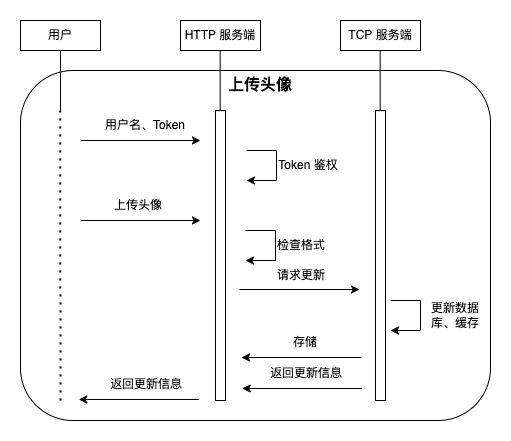
Before: 文档材料/上传头像.drawio.png, a diagram exported from draw.io (DingYuan0118/et_task). Source tidied: cells renumbered, new cells last; positions are measured from the earlier drawing's top-left corner, leaving out a move shared by most shapes.
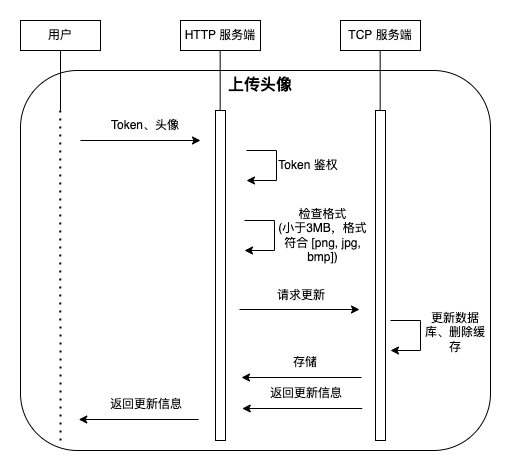
The same diagram one commit later.

Change to the diagram source:
```diff
@@ -3,58 +3,58 @@
     <mxCell id="0" />
     <mxCell id="1" parent="0" />
     <mxCell id="2" style="rounded=1;whiteSpace=wrap;html=1;" parent="1" vertex="1">
-      <mxGeometry y="50" width="470" height="350" as="geometry" />
+      <mxGeometry y="50" width="470" height="380" as="geometry" />
     </mxCell>
     <mxCell id="3" style="edgeStyle=elbowEdgeStyle;elbow=horizontal;endArrow=classic;html=1;rounded=0;strokeWidth=1;" parent="1" edge="1">
       <mxGeometry relative="1" as="geometry">
-        <mxPoint x="370" y="280" as="sourcePoint" />
-        <mxPoint x="370" y="310" as="targetPoint" />
+        <mxPoint x="370" y="300" as="sourcePoint" />
+        <mxPoint x="370" y="330" as="targetPoint" />
         <Array as="points">
-          <mxPoint x="400" y="300" />
+          <mxPoint x="400" y="320" />
         </Array>
       </mxGeometry>
     </mxCell>
-    <mxCell id="4" value="更新数据库、缓存" style="text;html=1;strokeColor=none;fillColor=none;align=center;verticalAlign=middle;whiteSpace=wrap;rounded=0;" parent="1" vertex="1">
-      <mxGeometry x="400" y="280" width="70" height="30" as="geometry" />
+    <mxCell id="4" value="更新数据库、删除缓存" style="text;html=1;strokeColor=none;fillColor=none;align=center;verticalAlign=middle;whiteSpace=wrap;rounded=0;" parent="1" vertex="1">
+      <mxGeometry x="400" y="297" width="70" height="30" as="geometry" />
     </mxCell>
     <mxCell id="5" style="endArrow=classic;html=1;rounded=0;strokeWidth=1;" parent="1" edge="1">
       <mxGeometry relative="1" as="geometry">
-        <mxPoint x="219" y="269" as="sourcePoint" />
-        <mxPoint x="339" y="269" as="targetPoint" />
+        <mxPoint x="219" y="289" as="sourcePoint" />
+        <mxPoint x="339" y="289" as="targetPoint" />
       </mxGeometry>
     </mxCell>
     <mxCell id="6" value="请求更新" style="text;html=1;strokeColor=none;fillColor=none;align=center;verticalAlign=middle;whiteSpace=wrap;rounded=0;dashed=1;" parent="1" vertex="1">
-      <mxGeometry x="251" y="240" width="60" height="30" as="geometry" />
+      <mxGeometry x="251" y="260" width="60" height="30" as="geometry" />
     </mxCell>
     <mxCell id="7" style="edgeStyle=elbowEdgeStyle;elbow=horizontal;endArrow=classic;html=1;rounded=0;strokeWidth=1;" parent="1" edge="1">
       <mxGeometry relative="1" as="geometry">
-        <mxPoint x="225" y="210" as="sourcePoint" />
-        <mxPoint x="225" y="240" as="targetPoint" />
+        <mxPoint x="224" y="200" as="sourcePoint" />
+        <mxPoint x="224" y="230" as="targetPoint" />
         <Array as="points">
-          <mxPoint x="255" y="230" />
+          <mxPoint x="254" y="220" />
         </Array>
       </mxGeometry>
     </mxCell>
-    <mxCell id="8" value="检查格式" style="text;html=1;strokeColor=none;fillColor=none;align=center;verticalAlign=middle;whiteSpace=wrap;rounded=0;" parent="1" vertex="1">
-      <mxGeometry x="251" y="210" width="60" height="30" as="geometry" />
+    <mxCell id="8" value="检查格式&lt;br&gt;(小于3MB，格式符合&amp;nbsp;[png, jpg, bmp])" style="text;html=1;strokeColor=none;fillColor=none;align=center;verticalAlign=middle;whiteSpace=wrap;rounded=0;" parent="1" vertex="1">
+      <mxGeometry x="255" y="200" width="95" height="30" as="geometry" />
     </mxCell>
     <mxCell id="9" style="endArrow=classic;html=1;rounded=0;strokeWidth=1;" parent="1" edge="1">
       <mxGeometry relative="1" as="geometry">
-        <mxPoint x="341.8" y="368" as="sourcePoint" />
-        <mxPoint x="221.8" y="368" as="targetPoint" />
+        <mxPoint x="341.8" y="388" as="sourcePoint" />
+        <mxPoint x="221.8" y="388" as="targetPoint" />
       </mxGeometry>
     </mxCell>
     <mxCell id="10" value="返回更新信息" style="text;html=1;strokeColor=none;fillColor=none;align=center;verticalAlign=middle;whiteSpace=wrap;rounded=0;dashed=1;" parent="1" vertex="1">
-      <mxGeometry x="245.8" y="338" width="80" height="30" as="geometry" />
+      <mxGeometry x="245.8" y="358" width="80" height="30" as="geometry" />
     </mxCell>
     <mxCell id="11" style="endArrow=classic;html=1;rounded=0;strokeWidth=1;" parent="1" edge="1">
       <mxGeometry relative="1" as="geometry">
-        <mxPoint x="178.2" y="379" as="sourcePoint" />
-        <mxPoint x="58.2" y="379" as="targetPoint" />
+        <mxPoint x="178.2" y="399" as="sourcePoint" />
+        <mxPoint x="58.2" y="399" as="targetPoint" />
       </mxGeometry>
     </mxCell>
     <mxCell id="12" value="返回更新信息" style="text;html=1;strokeColor=none;fillColor=none;align=center;verticalAlign=middle;whiteSpace=wrap;rounded=0;dashed=1;" parent="1" vertex="1">
-      <mxGeometry x="85.8" y="349" width="80" height="30" as="geometry" />
+      <mxGeometry x="85.8" y="369" width="80" height="30" as="geometry" />
     </mxCell>
     <mxCell id="13" style="endArrow=classic;html=1;rounded=0;strokeWidth=1;" parent="1" edge="1">
       <mxGeometry relative="1" as="geometry">
@@ -62,7 +62,7 @@
         <mxPoint x="180" y="120" as="targetPoint" />
       </mxGeometry>
     </mxCell>
-    <mxCell id="14" value="用户名、Token" style="text;html=1;strokeColor=none;fillColor=none;align=center;verticalAlign=middle;whiteSpace=wrap;rounded=0;" parent="1" vertex="1">
+    <mxCell id="14" value="Token、头像" style="text;html=1;strokeColor=none;fillColor=none;align=center;verticalAlign=middle;whiteSpace=wrap;rounded=0;" parent="1" vertex="1">
       <mxGeometry x="80" y="90" width="90" height="30" as="geometry" />
     </mxCell>
     <mxCell id="15" style="edgeStyle=elbowEdgeStyle;elbow=horizontal;endArrow=classic;html=1;rounded=0;strokeWidth=1;" parent="1" edge="1">
@@ -78,14 +78,14 @@
       <mxGeometry x="256" y="130" width="64" height="30" as="geometry" />
     </mxCell>
     <mxCell id="17" style="rounded=0;whiteSpace=wrap;html=1;" parent="1" vertex="1">
-      <mxGeometry x="195" y="90" width="10" height="290" as="geometry" />
+      <mxGeometry x="195" y="90" width="10" height="330" as="geometry" />
     </mxCell>
     <mxCell id="18" style="rounded=0;whiteSpace=wrap;html=1;" parent="1" vertex="1">
-      <mxGeometry x="355" y="90" width="10" height="290" as="geometry" />
+      <mxGeometry x="355" y="90" width="10" height="330" as="geometry" />
     </mxCell>
     <mxCell id="19" style="endArrow=none;dashed=1;html=1;dashPattern=1 3;strokeWidth=2;rounded=0;" parent="1" edge="1">
       <mxGeometry relative="1" as="geometry">
-        <mxPoint x="40" y="380" as="sourcePoint" />
+        <mxPoint x="40" y="420" as="sourcePoint" />
         <mxPoint x="39.7" y="90" as="targetPoint" />
       </mxGeometry>
     </mxCell>
@@ -118,23 +118,14 @@
         <mxPoint x="359.7" y="30" as="targetPoint" />
       </mxGeometry>
     </mxCell>
-    <mxCell id="27" style="endArrow=classic;html=1;rounded=0;" parent="1" edge="1">
-      <mxGeometry relative="1" as="geometry">
-        <mxPoint x="60" y="200" as="sourcePoint" />
-        <mxPoint x="180" y="200" as="targetPoint" />
-      </mxGeometry>
-    </mxCell>
-    <mxCell id="28" value="上传头像" style="text;html=1;strokeColor=none;fillColor=none;align=center;verticalAlign=middle;whiteSpace=wrap;rounded=0;dashed=1;" parent="1" vertex="1">
-      <mxGeometry x="87.5" y="170" width="60" height="30" as="geometry" />
-    </mxCell>
     <mxCell id="29" style="endArrow=classic;html=1;rounded=0;strokeWidth=1;" parent="1" edge="1">
       <mxGeometry relative="1" as="geometry">
-        <mxPoint x="341" y="337" as="sourcePoint" />
-        <mxPoint x="221" y="337" as="targetPoint" />
+        <mxPoint x="341" y="357" as="sourcePoint" />
+        <mxPoint x="221" y="357" as="targetPoint" />
       </mxGeometry>
     </mxCell>
     <mxCell id="30" value="存储" style="text;html=1;strokeColor=none;fillColor=none;align=center;verticalAlign=middle;whiteSpace=wrap;rounded=0;dashed=1;" parent="1" vertex="1">
-      <mxGeometry x="245" y="307" width="80" height="30" as="geometry" />
+      <mxGeometry x="245" y="327" width="80" height="30" as="geometry" />
     </mxCell>
   </root>
 </mxGraphModel>
```
